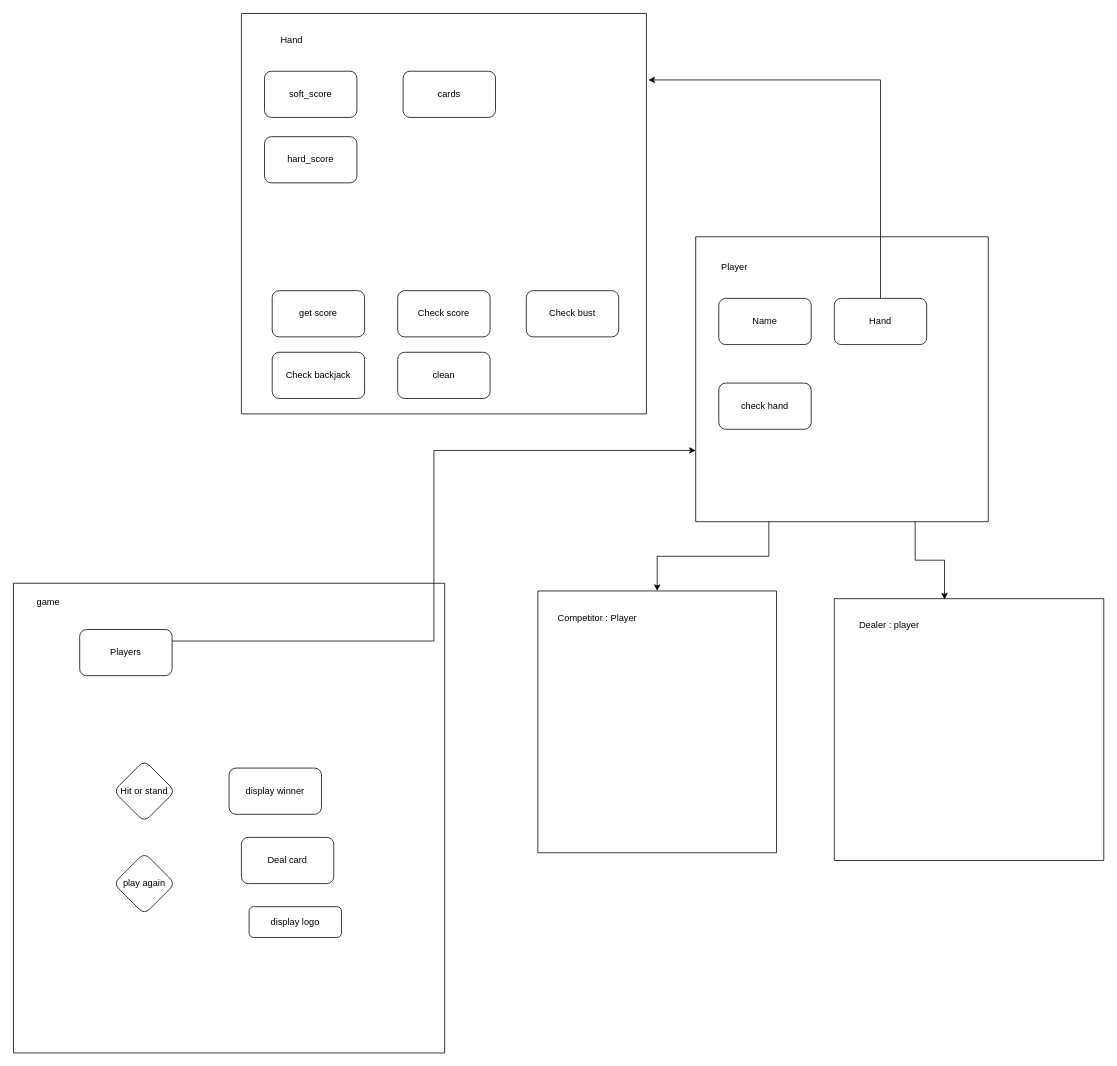
Above: drawings/blackjack_classes.drawio in funkimunky/blackjack (draw.io), before the change. Source tidied: cells renumbered, new cells numbered last; positions are measured from the earlier drawing's top-left corner, leaving out a move shared by most shapes. Both pictures are drawn from the tidied source at 77%, with x=0, y=0 at pixel (13, 13).
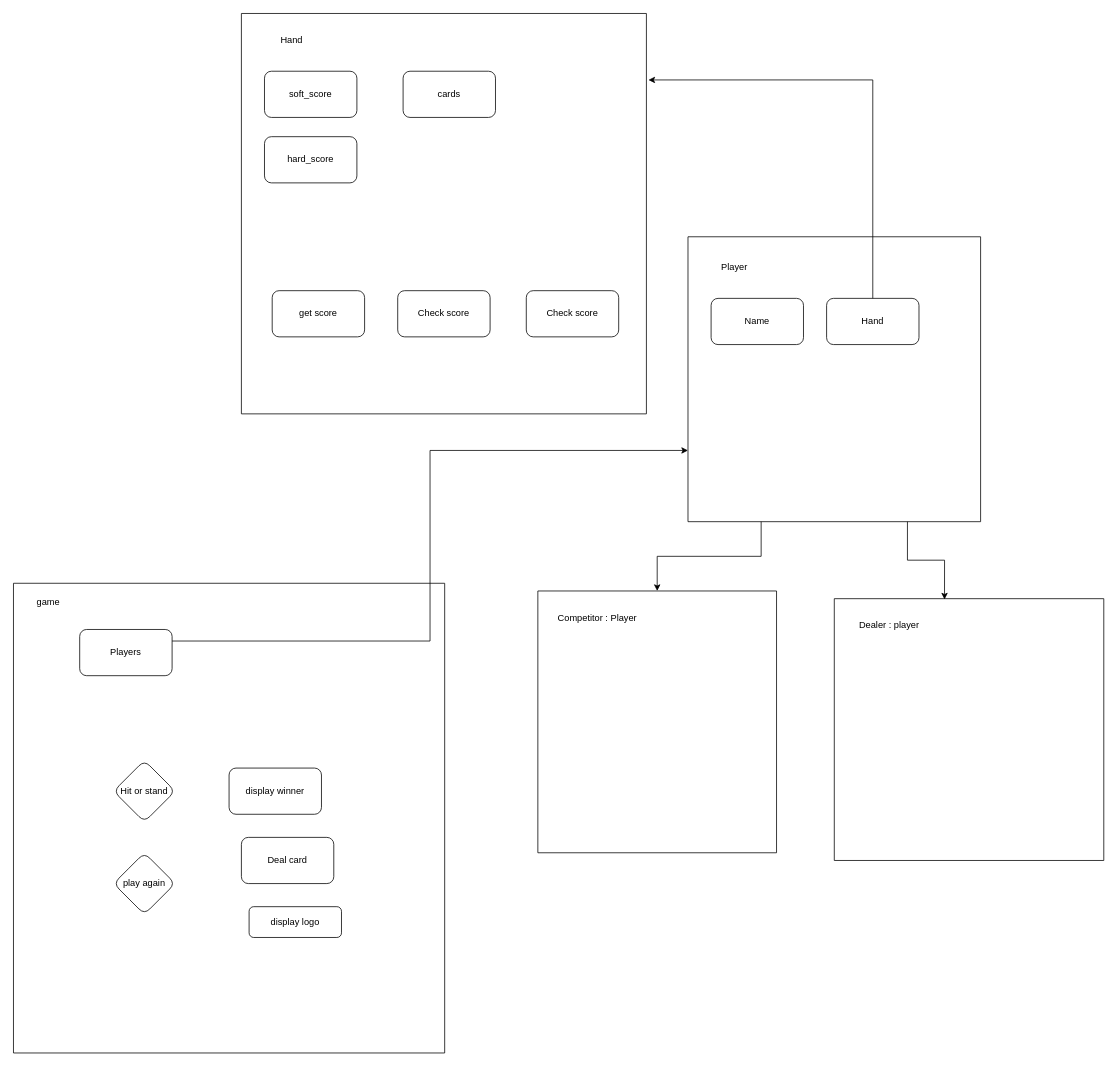
Above is the later version.

Unchanged cells that the change refers to:
```xml
<mxCell id="12" style="swimlane;startSize=0;" parent="1" vertex="1">
  <mxGeometry x="296" width="526" height="520" as="geometry" />
</mxCell>
```

What changed in the source:
```diff
@@
-    <mxCell id="19" value="Check bust" style="rounded=1;whiteSpace=wrap;html=1;" parent="12" vertex="1">
+    <mxCell id="19" value="Check score" style="rounded=1;whiteSpace=wrap;html=1;" parent="12" vertex="1">
       <mxGeometry x="370" y="360" width="120" height="60" as="geometry" />
     </mxCell>
-    <mxCell id="20" value="Check backjack" style="rounded=1;whiteSpace=wrap;html=1;" parent="12" vertex="1">
-      <mxGeometry x="40" y="440" width="120" height="60" as="geometry" />
-    </mxCell>
-    <mxCell id="21" value="clean" style="rounded=1;whiteSpace=wrap;html=1;" parent="12" vertex="1">
-      <mxGeometry x="203" y="440" width="120" height="60" as="geometry" />
-    </mxCell>
@@
     <mxCell id="26" style="swimlane;startSize=0;" parent="1" vertex="1">
-      <mxGeometry x="886" y="290" width="380" height="370" as="geometry" />
+      <mxGeometry x="876" y="290" width="380" height="370" as="geometry" />
     </mxCell>
@@
-    <mxCell id="29" value="check hand" style="rounded=1;whiteSpace=wrap;html=1;" parent="26" vertex="1">
-      <mxGeometry x="30" y="190" width="120" height="60" as="geometry" />
-    </mxCell>
```
